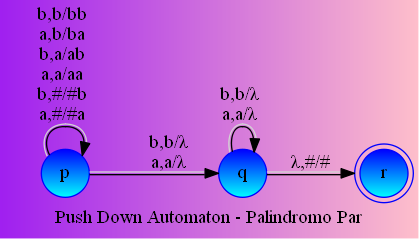
Earlier version of the Graphviz export pushDownAutomaton/Palindromo Par.gv.png (camilolaiton/Graphic-Pushdown-Automaton). Its source is kept beside it as pushDownAutomaton/Palindromo Par.gv.
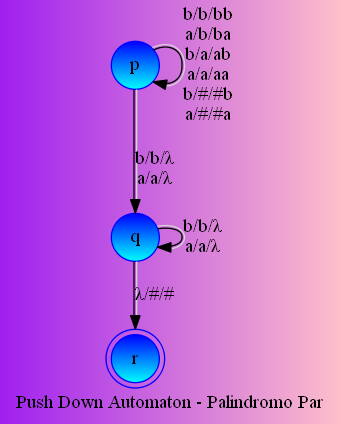
After the change.

What changed in the source:
```diff
@@ -4,22 +4,23 @@
 	node [color="blue:cyan" gradientangle=270 shape=doublecircle style=filled]
 	label="Push Down Automaton - Palindromo Par"
 	edge [color="black:lightgray" gradientangle=270 style=filled]
-	rankdir=LR size=20
+	rankdir=UD size=20
 	node [shape=doublecircle]
 	r
 	node [shape=circle]
-	p -> p [label="b,b/bb
-a,b/ba
-b,a/ab
-a,a/aa
-b,#/#b
-a,#/#a
+	p -> p [label="b/b/bb
+a/b/ba
+b/a/ab
+a/a/aa
+b/#/#b
+a/#/#a
 "]
-	p -> q [label="b,b/λ
-a,a/λ
+	p -> q [label="b/b/λ
+a/a/λ
 "]
-	q -> q [label="b,b/λ
-a,a/λ
+	q -> q [label="b/b/λ
+a/a/λ
 "]
-	q -> r [label="λ,#/#"]
+	q -> r [label="λ/#/#
+"]
 }
```
